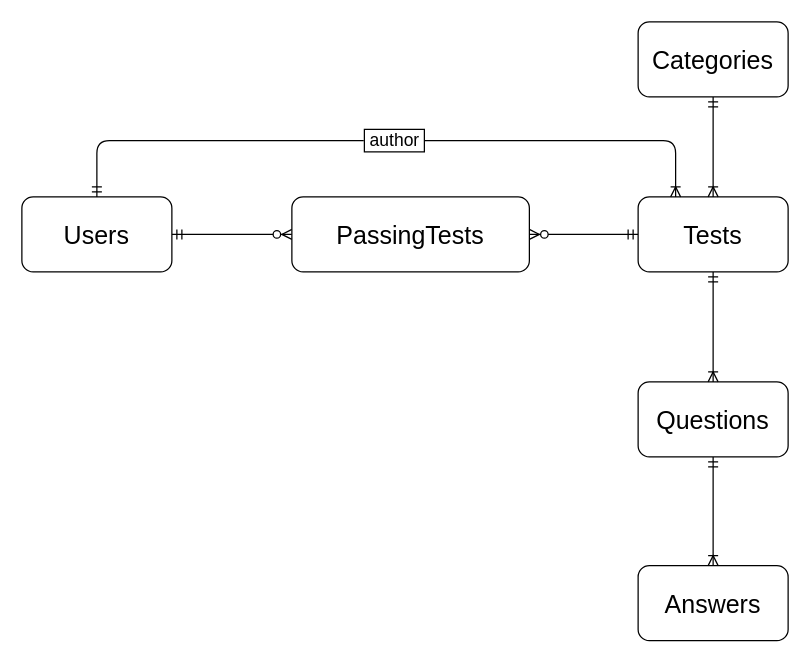
Before: public/ER_diagram.drawio in Gankster/TestGuru, a draw.io diagram. Source tidied: cells renumbered, new cells numbered last; positions are measured from the earlier drawing's top-left corner, leaving out a move shared by most shapes. Both pictures are drawn from the tidied source at 125%, with x=0, y=0 at pixel (21, 21).
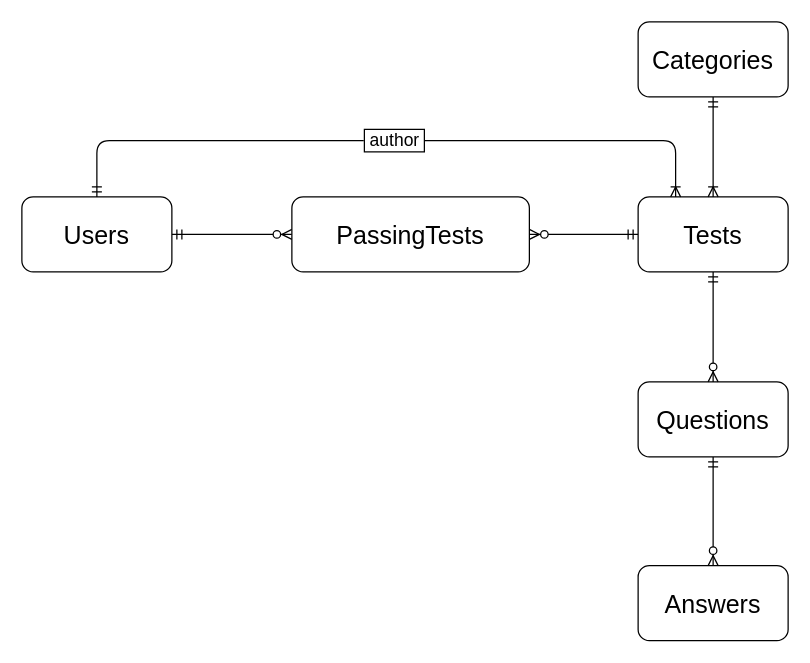
The same page after the edit.

Diff of the diagram source:
```diff
@@
 <mxGraphModel>
   <root>
     <mxCell id="0" />
     <mxCell id="1" parent="0" />
     <mxCell id="2" style="edgeStyle=entityRelationEdgeStyle;endArrow=ERzeroToMany;startArrow=ERmandOne;endFill=1;startFill=0;exitX=1;exitY=0.5;exitDx=0;exitDy=0;entryX=0;entryY=0.5;entryDx=0;entryDy=0;" parent="1" edge="1" source="4" target="5">
       <mxGeometry relative="1" as="geometry" />
     </mxCell>
     <mxCell id="3" style="edgeStyle=entityRelationEdgeStyle;endArrow=ERzeroToMany;startArrow=ERmandOne;endFill=1;startFill=0;exitX=0;exitY=0.5;exitDx=0;exitDy=0;entryX=1;entryY=0.5;entryDx=0;entryDy=0;" parent="1" edge="1" source="6" target="5">
       <mxGeometry relative="1" as="geometry" />
     </mxCell>
     <mxCell id="4" value="&lt;font style=&quot;font-size: 20px&quot;&gt;Users&lt;/font&gt;" style="rounded=1;whiteSpace=wrap;html=1;" parent="1" vertex="1">
       <mxGeometry y="140" width="120" height="60" as="geometry" />
     </mxCell>
     <mxCell id="5" value="&lt;font style=&quot;font-size: 20px&quot;&gt;PassingTests&lt;/font&gt;" style="rounded=1;whiteSpace=wrap;html=1;" parent="1" vertex="1">
       <mxGeometry x="216" y="140" width="190" height="60" as="geometry" />
     </mxCell>
     <mxCell id="6" value="&lt;font style=&quot;font-size: 20px&quot;&gt;Tests&lt;/font&gt;" style="rounded=1;whiteSpace=wrap;html=1;" parent="1" vertex="1">
       <mxGeometry x="493" y="140" width="120" height="60" as="geometry" />
     </mxCell>
     <mxCell id="7" style="edgeStyle=orthogonalEdgeStyle;fontSize=12;html=1;endArrow=ERoneToMany;startArrow=ERmandOne;exitX=0.5;exitY=0;exitDx=0;exitDy=0;entryX=0.25;entryY=0;entryDx=0;entryDy=0;" parent="1" edge="1" source="4" target="6">
       <mxGeometry relative="1" as="geometry">
         <Array as="points">
           <mxPoint x="60" y="95" />
           <mxPoint x="523" y="95" />
         </Array>
       </mxGeometry>
     </mxCell>
     <mxCell id="8" value="&lt;font style=&quot;font-size: 14px&quot;&gt;&amp;nbsp;author&amp;nbsp;&lt;/font&gt;" style="edgeLabel;html=1;align=center;verticalAlign=middle;labelBorderColor=#000000;" parent="7" vertex="1">
       <mxGeometry x="0.02" y="1" relative="1" as="geometry" />
     </mxCell>
     <mxCell id="9" value="&lt;font style=&quot;font-size: 20px&quot;&gt;Categories&lt;/font&gt;" style="rounded=1;whiteSpace=wrap;html=1;" parent="1" vertex="1">
       <mxGeometry x="493" width="120" height="60" as="geometry" />
     </mxCell>
     <mxCell id="10" style="fontSize=12;html=1;endArrow=ERoneToMany;startArrow=ERmandOne;exitX=0.5;exitY=1;exitDx=0;exitDy=0;" parent="1" edge="1" source="9" target="6">
       <mxGeometry relative="1" as="geometry" />
     </mxCell>
     <mxCell id="11" value="&lt;font style=&quot;font-size: 20px&quot;&gt;Questions&lt;/font&gt;" style="rounded=1;whiteSpace=wrap;html=1;" parent="1" vertex="1">
       <mxGeometry x="493" y="288" width="120" height="60" as="geometry" />
     </mxCell>
-    <mxCell id="12" style="fontSize=12;html=1;endArrow=ERoneToMany;startArrow=ERmandOne;exitX=0.5;exitY=1;exitDx=0;exitDy=0;entryX=0.5;entryY=0;entryDx=0;entryDy=0;" parent="1" edge="1" source="6" target="11">
+    <mxCell id="12" style="fontSize=12;html=1;endArrow=ERzeroToMany;startArrow=ERmandOne;exitX=0.5;exitY=1;exitDx=0;exitDy=0;entryX=0.5;entryY=0;entryDx=0;entryDy=0;endFill=1;" parent="1" edge="1" source="6" target="11">
       <mxGeometry relative="1" as="geometry" />
     </mxCell>
     <mxCell id="13" value="&lt;font style=&quot;font-size: 20px&quot;&gt;Answers&lt;/font&gt;" style="rounded=1;whiteSpace=wrap;html=1;" parent="1" vertex="1">
       <mxGeometry x="493" y="435" width="120" height="60" as="geometry" />
     </mxCell>
-    <mxCell id="14" style="fontSize=12;html=1;endArrow=ERoneToMany;startArrow=ERmandOne;exitX=0.5;exitY=1;exitDx=0;exitDy=0;entryX=0.5;entryY=0;entryDx=0;entryDy=0;" parent="1" edge="1" source="11" target="13">
+    <mxCell id="14" style="fontSize=12;html=1;endArrow=ERzeroToMany;startArrow=ERmandOne;exitX=0.5;exitY=1;exitDx=0;exitDy=0;entryX=0.5;entryY=0;entryDx=0;entryDy=0;endFill=1;" parent="1" edge="1" source="11" target="13">
       <mxGeometry relative="1" as="geometry" />
     </mxCell>
   </root>
 </mxGraphModel>
```
